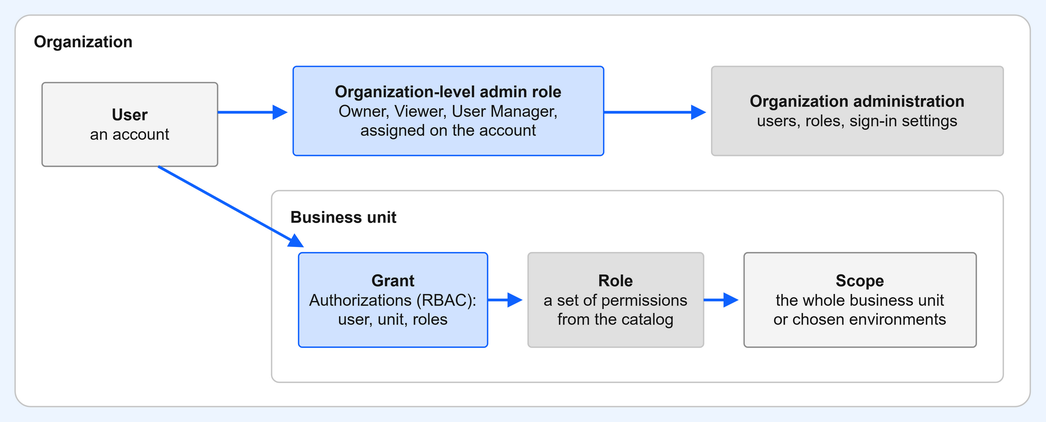
The draw.io diagram static/img/access/rbac-model.drawio.png in cml-x/docs, before a commit. Source tidied: cells renumbered, new cells last; positions are measured from the earlier drawing's top-left corner, leaving out a move shared by most shapes.
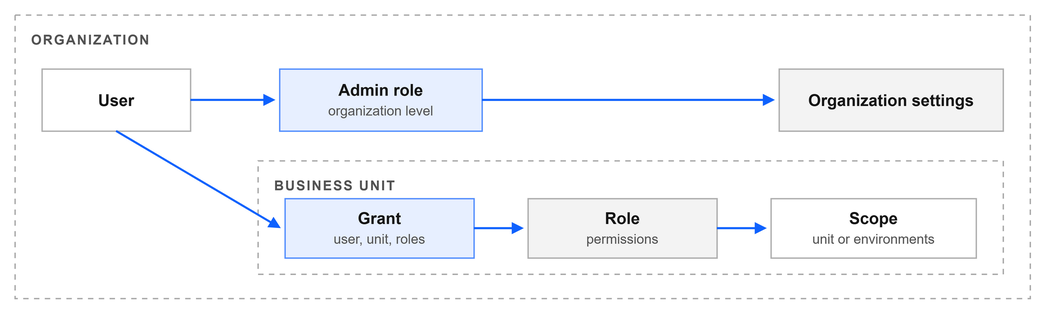
Above is the later version.

Diff of the diagram source:
```diff
@@ -1,59 +1,59 @@
-<mxGraphModel background="#EDF5FF">
+<mxGraphModel background="#FFFFFF">
   <root>
     <mxCell id="0" />
     <mxCell id="1" parent="0" />
-    <mxCell id="2" value="Organization" style="rounded=1;arcSize=4;whiteSpace=wrap;html=1;fillColor=#FFFFFF;strokeColor=#C6C6C6;fontColor=#161616;fontSize=12;verticalAlign=top;align=left;spacingLeft=12;spacingTop=6;fontStyle=1;" parent="1" vertex="1">
-      <mxGeometry width="752" height="290" as="geometry" />
+    <mxCell id="2" value="&lt;span style=&quot;font-size:10px;color:#525252;letter-spacing:1px&quot;&gt;&lt;b&gt;ORGANIZATION&lt;/b&gt;&lt;/span&gt;" style="rounded=0;whiteSpace=wrap;html=1;strokeWidth=1;fontColor=#161616;fontSize=12;fillColor=none;strokeColor=#A8A8A8;dashed=1;dashPattern=4 4;verticalAlign=top;align=left;spacingLeft=10;spacingTop=4;" parent="1" vertex="1">
+      <mxGeometry width="752" height="210" as="geometry" />
     </mxCell>
-    <mxCell id="3" value="&lt;b&gt;User&lt;/b&gt;&lt;br&gt;an account" style="rounded=1;arcSize=4;whiteSpace=wrap;html=1;fillColor=#F4F4F4;strokeColor=#8D8D8D;fontColor=#161616;fontSize=12;" parent="1" vertex="1">
-      <mxGeometry x="20" y="50" width="130" height="62" as="geometry" />
+    <mxCell id="3" value="&lt;b&gt;User&lt;/b&gt;" style="rounded=0;whiteSpace=wrap;html=1;strokeWidth=1;fontColor=#161616;fontSize=12;fillColor=none;strokeColor=#8D8D8D;strokeOpacity=70;" parent="1" vertex="1">
+      <mxGeometry x="20" y="40" width="110" height="46" as="geometry" />
     </mxCell>
-    <mxCell id="4" value="&lt;b&gt;Organization-level admin role&lt;/b&gt;&lt;br&gt;Owner, Viewer, User Manager,&lt;br&gt;assigned on the account" style="rounded=1;arcSize=4;whiteSpace=wrap;html=1;fillColor=#D0E2FF;strokeColor=#0F62FE;fontColor=#161616;fontSize=12;" parent="1" vertex="1">
-      <mxGeometry x="206" y="38" width="230" height="66" as="geometry" />
+    <mxCell id="4" value="&lt;b&gt;Admin role&lt;/b&gt;&lt;br&gt;&lt;span style=&quot;font-size:10px;color:#525252&quot;&gt;organization level&lt;/span&gt;" style="rounded=0;whiteSpace=wrap;html=1;strokeWidth=1;fontColor=#161616;fontSize=12;fillColor=#0F62FE;fillOpacity=10;strokeColor=#0F62FE;strokeOpacity=70;" parent="1" vertex="1">
+      <mxGeometry x="196" y="40" width="150" height="46" as="geometry" />
     </mxCell>
-    <mxCell id="5" value="&lt;b&gt;Organization administration&lt;/b&gt;&lt;br&gt;users, roles, sign-in settings" style="rounded=1;arcSize=4;whiteSpace=wrap;html=1;fillColor=#E0E0E0;strokeColor=#C6C6C6;fontColor=#161616;fontSize=12;" parent="1" vertex="1">
-      <mxGeometry x="516" y="38" width="216" height="66" as="geometry" />
+    <mxCell id="5" value="&lt;b&gt;Organization settings&lt;/b&gt;" style="rounded=0;whiteSpace=wrap;html=1;strokeWidth=1;fontColor=#161616;fontSize=12;fillColor=#161616;fillOpacity=5;strokeColor=#8D8D8D;strokeOpacity=70;" parent="1" vertex="1">
+      <mxGeometry x="566" y="40" width="166" height="46" as="geometry" />
     </mxCell>
-    <mxCell id="6" value="Business unit" style="rounded=1;arcSize=4;whiteSpace=wrap;html=1;fillColor=#FFFFFF;strokeColor=#C6C6C6;fontColor=#161616;fontSize=12;verticalAlign=top;align=left;spacingLeft=12;spacingTop=6;fontStyle=1;" parent="1" vertex="1">
-      <mxGeometry x="190" y="130" width="542" height="142" as="geometry" />
+    <mxCell id="6" value="&lt;span style=&quot;font-size:10px;color:#525252;letter-spacing:1px&quot;&gt;&lt;b&gt;BUSINESS UNIT&lt;/b&gt;&lt;/span&gt;" style="rounded=0;whiteSpace=wrap;html=1;strokeWidth=1;fontColor=#161616;fontSize=12;fillColor=none;strokeColor=#A8A8A8;dashed=1;dashPattern=4 4;verticalAlign=top;align=left;spacingLeft=10;spacingTop=4;" parent="1" vertex="1">
+      <mxGeometry x="180" y="108" width="552" height="84" as="geometry" />
     </mxCell>
-    <mxCell id="7" value="&lt;b&gt;Grant&lt;/b&gt;&lt;br&gt;Authorizations (RBAC):&lt;br&gt;user, unit, roles" style="rounded=1;arcSize=4;whiteSpace=wrap;html=1;fillColor=#D0E2FF;strokeColor=#0F62FE;fontColor=#161616;fontSize=12;" parent="1" vertex="1">
-      <mxGeometry x="210" y="176" width="140" height="70" as="geometry" />
+    <mxCell id="7" value="&lt;b&gt;Grant&lt;/b&gt;&lt;br&gt;&lt;span style=&quot;font-size:10px;color:#525252&quot;&gt;user, unit, roles&lt;/span&gt;" style="rounded=0;whiteSpace=wrap;html=1;strokeWidth=1;fontColor=#161616;fontSize=12;fillColor=#0F62FE;fillOpacity=10;strokeColor=#0F62FE;strokeOpacity=70;" parent="1" vertex="1">
+      <mxGeometry x="200" y="136" width="140" height="44" as="geometry" />
     </mxCell>
-    <mxCell id="8" value="&lt;b&gt;Role&lt;/b&gt;&lt;br&gt;a set of permissions&lt;br&gt;from the catalog" style="rounded=1;arcSize=4;whiteSpace=wrap;html=1;fillColor=#E0E0E0;strokeColor=#C6C6C6;fontColor=#161616;fontSize=12;" parent="1" vertex="1">
-      <mxGeometry x="380" y="176" width="130" height="70" as="geometry" />
+    <mxCell id="8" value="&lt;b&gt;Role&lt;/b&gt;&lt;br&gt;&lt;span style=&quot;font-size:10px;color:#525252&quot;&gt;permissions&lt;/span&gt;" style="rounded=0;whiteSpace=wrap;html=1;strokeWidth=1;fontColor=#161616;fontSize=12;fillColor=#161616;fillOpacity=5;strokeColor=#8D8D8D;strokeOpacity=70;" parent="1" vertex="1">
+      <mxGeometry x="380" y="136" width="140" height="44" as="geometry" />
     </mxCell>
-    <mxCell id="9" value="&lt;b&gt;Scope&lt;/b&gt;&lt;br&gt;the whole business unit&lt;br&gt;or chosen environments" style="rounded=1;arcSize=4;whiteSpace=wrap;html=1;fillColor=#F4F4F4;strokeColor=#8D8D8D;fontColor=#161616;fontSize=12;" parent="1" vertex="1">
-      <mxGeometry x="540" y="176" width="172" height="70" as="geometry" />
+    <mxCell id="9" value="&lt;b&gt;Scope&lt;/b&gt;&lt;br&gt;&lt;span style=&quot;font-size:10px;color:#525252&quot;&gt;unit or environments&lt;/span&gt;" style="rounded=0;whiteSpace=wrap;html=1;strokeWidth=1;fontColor=#161616;fontSize=12;fillColor=none;strokeColor=#8D8D8D;strokeOpacity=70;" parent="1" vertex="1">
+      <mxGeometry x="560" y="136" width="152" height="44" as="geometry" />
     </mxCell>
-    <mxCell id="10" style="endArrow=block;html=1;strokeWidth=2;strokeColor=#0F62FE;fontSize=10;fontColor=#161616;verticalAlign=bottom;" parent="1" edge="1">
+    <mxCell id="10" style="endArrow=block;endSize=5;html=1;strokeWidth=1.5;strokeColor=#0F62FE;" parent="1" edge="1">
       <mxGeometry relative="1" as="geometry">
-        <mxPoint x="150" y="72" as="sourcePoint" />
-        <mxPoint x="202" y="72" as="targetPoint" />
+        <mxPoint x="130" y="63" as="sourcePoint" />
+        <mxPoint x="193" y="63" as="targetPoint" />
       </mxGeometry>
     </mxCell>
-    <mxCell id="11" style="endArrow=block;html=1;strokeWidth=2;strokeColor=#0F62FE;fontSize=10;fontColor=#161616;verticalAlign=bottom;" parent="1" edge="1">
+    <mxCell id="11" style="endArrow=block;endSize=5;html=1;strokeWidth=1.5;strokeColor=#0F62FE;" parent="1" edge="1">
       <mxGeometry relative="1" as="geometry">
-        <mxPoint x="436" y="72" as="sourcePoint" />
-        <mxPoint x="512" y="72" as="targetPoint" />
+        <mxPoint x="346" y="63" as="sourcePoint" />
+        <mxPoint x="563" y="63" as="targetPoint" />
       </mxGeometry>
     </mxCell>
-    <mxCell id="12" style="endArrow=block;html=1;strokeWidth=2;strokeColor=#0F62FE;fontSize=10;fontColor=#161616;verticalAlign=bottom;" parent="1" edge="1">
+    <mxCell id="12" style="endArrow=block;endSize=5;html=1;strokeWidth=1.5;strokeColor=#0F62FE;" parent="1" edge="1">
       <mxGeometry relative="1" as="geometry">
-        <mxPoint x="106" y="112" as="sourcePoint" />
-        <mxPoint x="214" y="172" as="targetPoint" />
+        <mxPoint x="75" y="86" as="sourcePoint" />
+        <mxPoint x="197" y="158" as="targetPoint" />
       </mxGeometry>
     </mxCell>
-    <mxCell id="13" style="endArrow=block;html=1;strokeWidth=2;strokeColor=#0F62FE;fontSize=10;fontColor=#161616;verticalAlign=bottom;" parent="1" edge="1">
+    <mxCell id="13" style="endArrow=block;endSize=5;html=1;strokeWidth=1.5;strokeColor=#0F62FE;" parent="1" edge="1">
       <mxGeometry relative="1" as="geometry">
-        <mxPoint x="350" y="211" as="sourcePoint" />
-        <mxPoint x="376" y="211" as="targetPoint" />
+        <mxPoint x="340" y="158" as="sourcePoint" />
+        <mxPoint x="377" y="158" as="targetPoint" />
       </mxGeometry>
     </mxCell>
-    <mxCell id="14" style="endArrow=block;html=1;strokeWidth=2;strokeColor=#0F62FE;fontSize=10;fontColor=#161616;verticalAlign=bottom;" parent="1" edge="1">
+    <mxCell id="14" style="endArrow=block;endSize=5;html=1;strokeWidth=1.5;strokeColor=#0F62FE;" parent="1" edge="1">
       <mxGeometry relative="1" as="geometry">
-        <mxPoint x="510" y="211" as="sourcePoint" />
-        <mxPoint x="536" y="211" as="targetPoint" />
+        <mxPoint x="520" y="158" as="sourcePoint" />
+        <mxPoint x="557" y="158" as="targetPoint" />
       </mxGeometry>
     </mxCell>
   </root>
```
